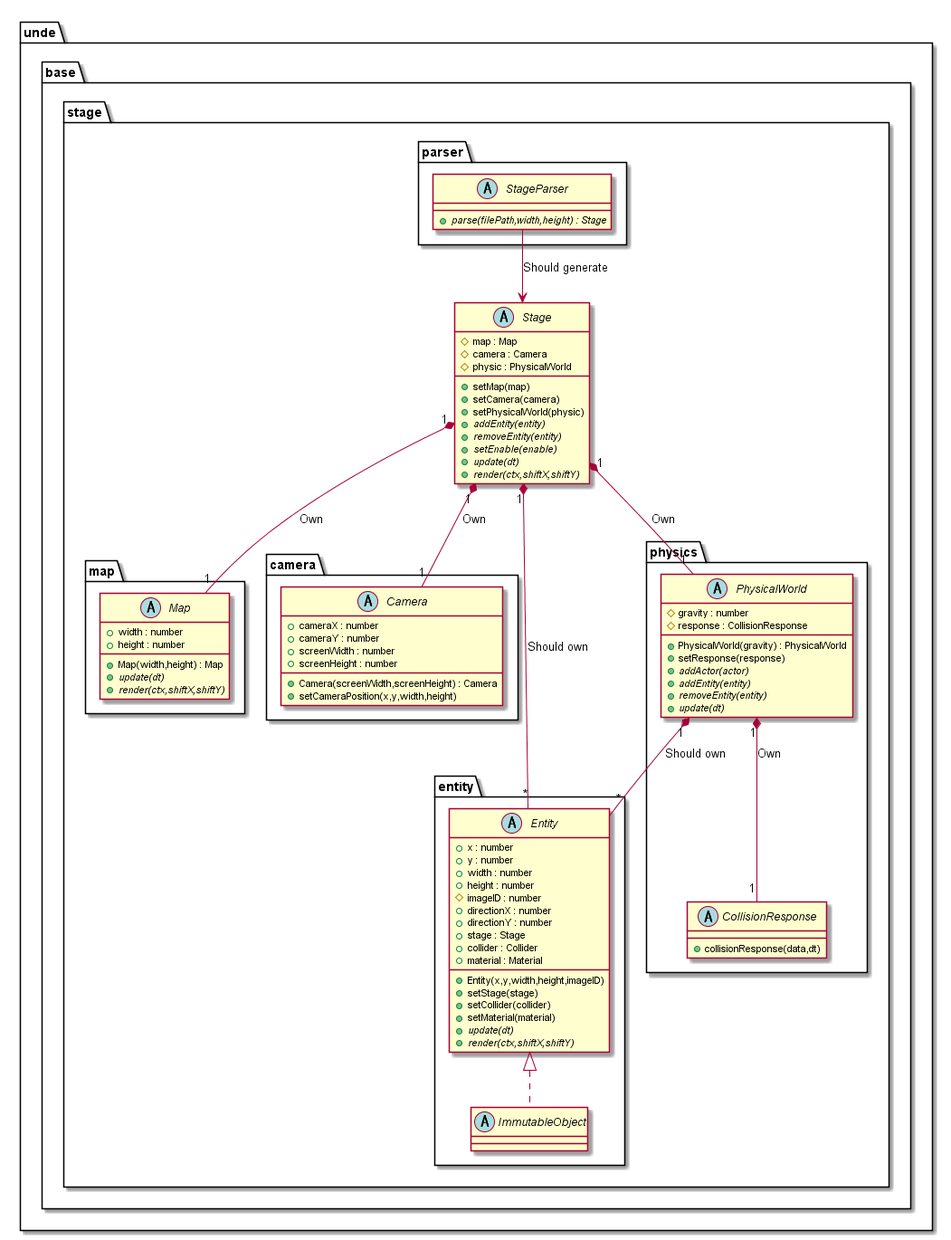
Before: out/uml/stage/Base/StageBase.png, a diagram exported from PlantUML (Expine/Under).
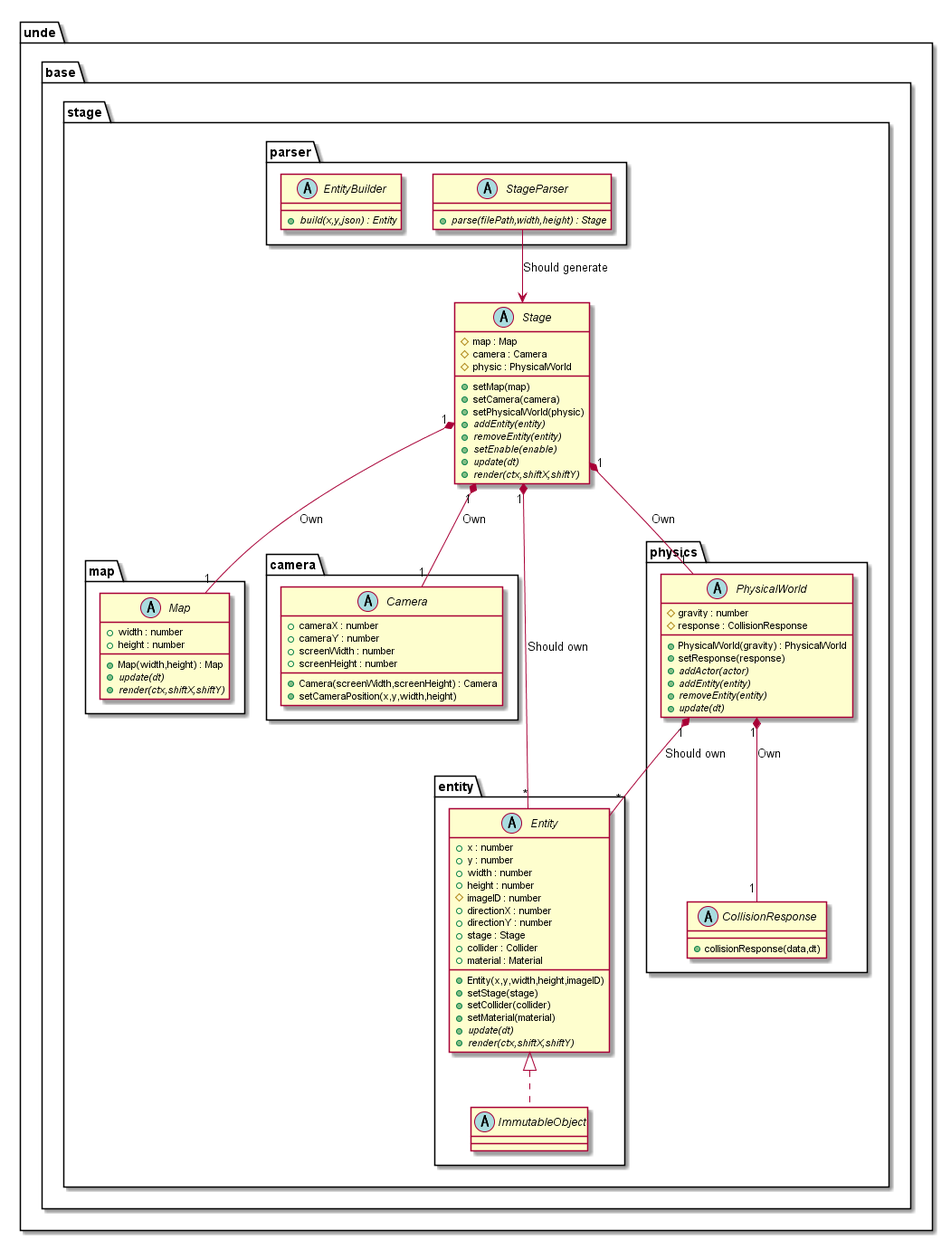
The same file after the commit.

Diff of the diagram source:
```diff
@@ -19,6 +19,9 @@
             package parser {
                 abstract StageParser {
                     {abstract} +parse(filePath,width,height) : Stage
+                }
+                abstract EntityBuilder {
+                    {abstract} +build(x,y,json) : Entity
                 }
             }
             package map {
```
